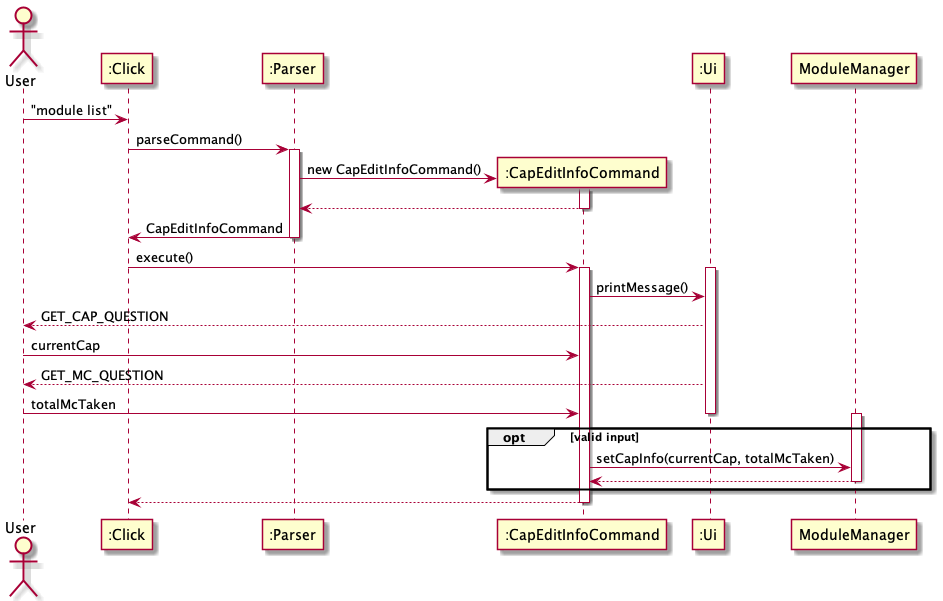
nus-cs2113-AY2122S1/tp keeps this PlantUML diagram as docs/diagrams/module/EditCapInfo.png. Above is the earlier version.
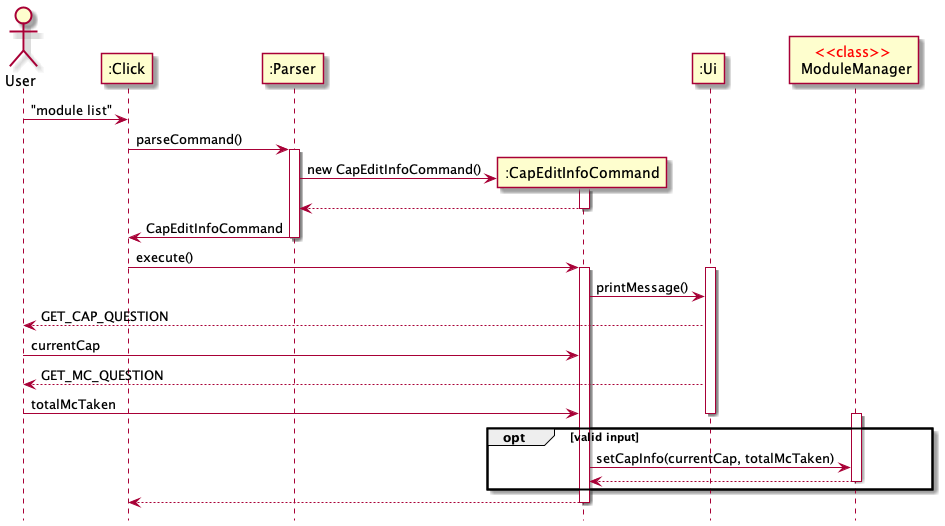
Later version of the same file.

Commit message:
Update UML diagrams

The edit, as a diff of the source:
```diff
@@ -25,16 +25,16 @@
 User -> ":CapEditInfoCommand" : totalMcTaken
 deactivate ":Ui"
 
-participant "ModuleManager"
+participant "<color red><<class>></color> \n ModuleManager"
 opt valid input
-    activate "ModuleManager"
-    ":CapEditInfoCommand" -> "ModuleManager" : setCapInfo(currentCap, totalMcTaken)
-    "ModuleManager" --> ":CapEditInfoCommand"
-    deactivate "ModuleManager"
+    activate "<color red><<class>></color> \n ModuleManager"
+    ":CapEditInfoCommand" -> "<color red><<class>></color> \n ModuleManager" : setCapInfo(currentCap, totalMcTaken)
+    "<color red><<class>></color> \n ModuleManager" --> ":CapEditInfoCommand"
+    deactivate "<color red><<class>></color> \n ModuleManager"
 end
-
-
 
 ":CapEditInfoCommand" --> ":Click"
 deactivate ":CapEditInfoCommand"
+
+hide footbox
 @enduml
```
